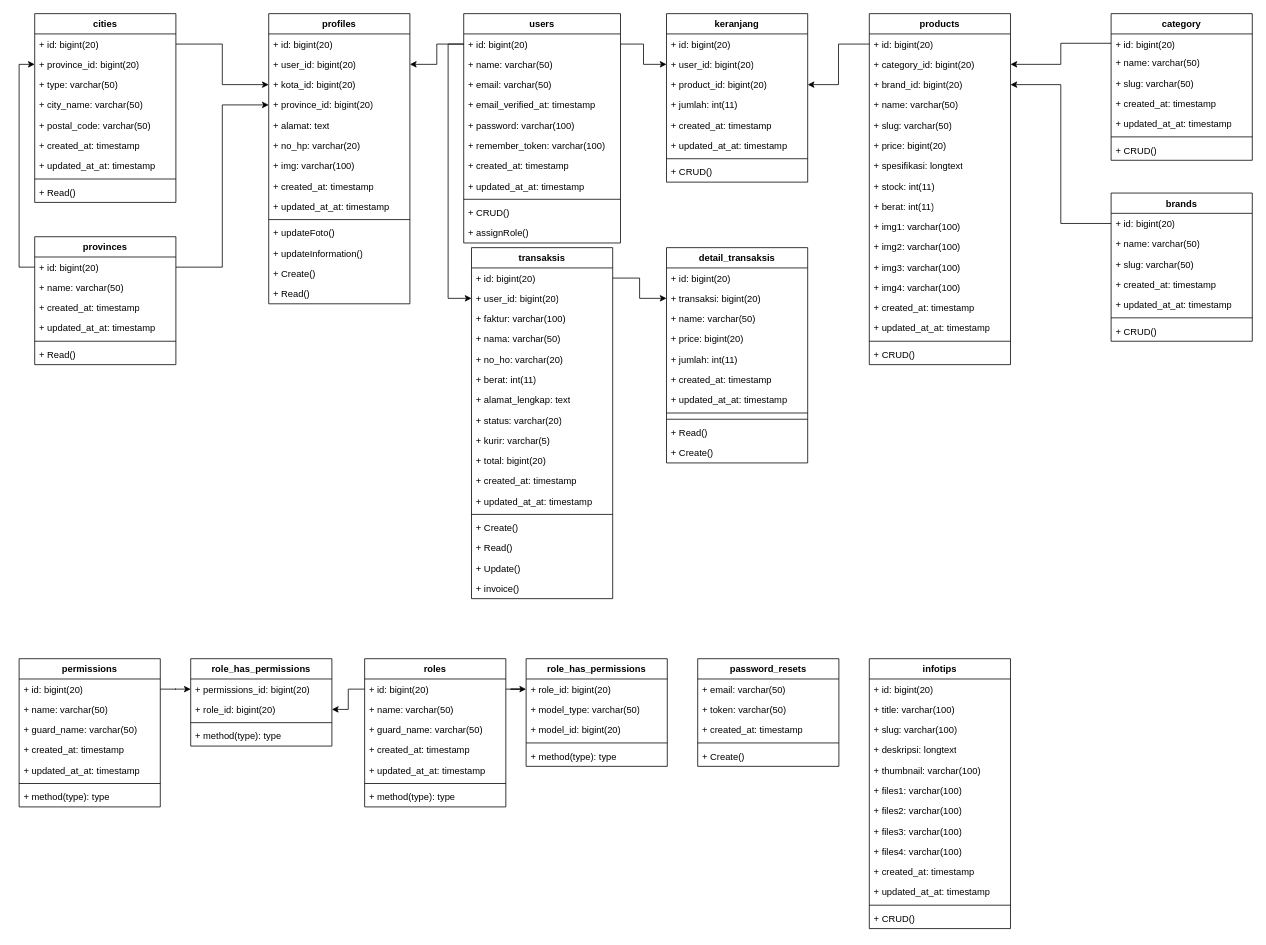
Before: page "Halaman-2" (2 of 2) of classdiagram.drawio in ThikerXCX/umltoko, a draw.io diagram. Source tidied: cells renumbered, new cells numbered last; positions are measured from the earlier drawing's top-left corner, leaving out a move shared by most shapes. Both pictures are drawn from the tidied source at 78%, with x=0, y=0 at pixel (19, 13).
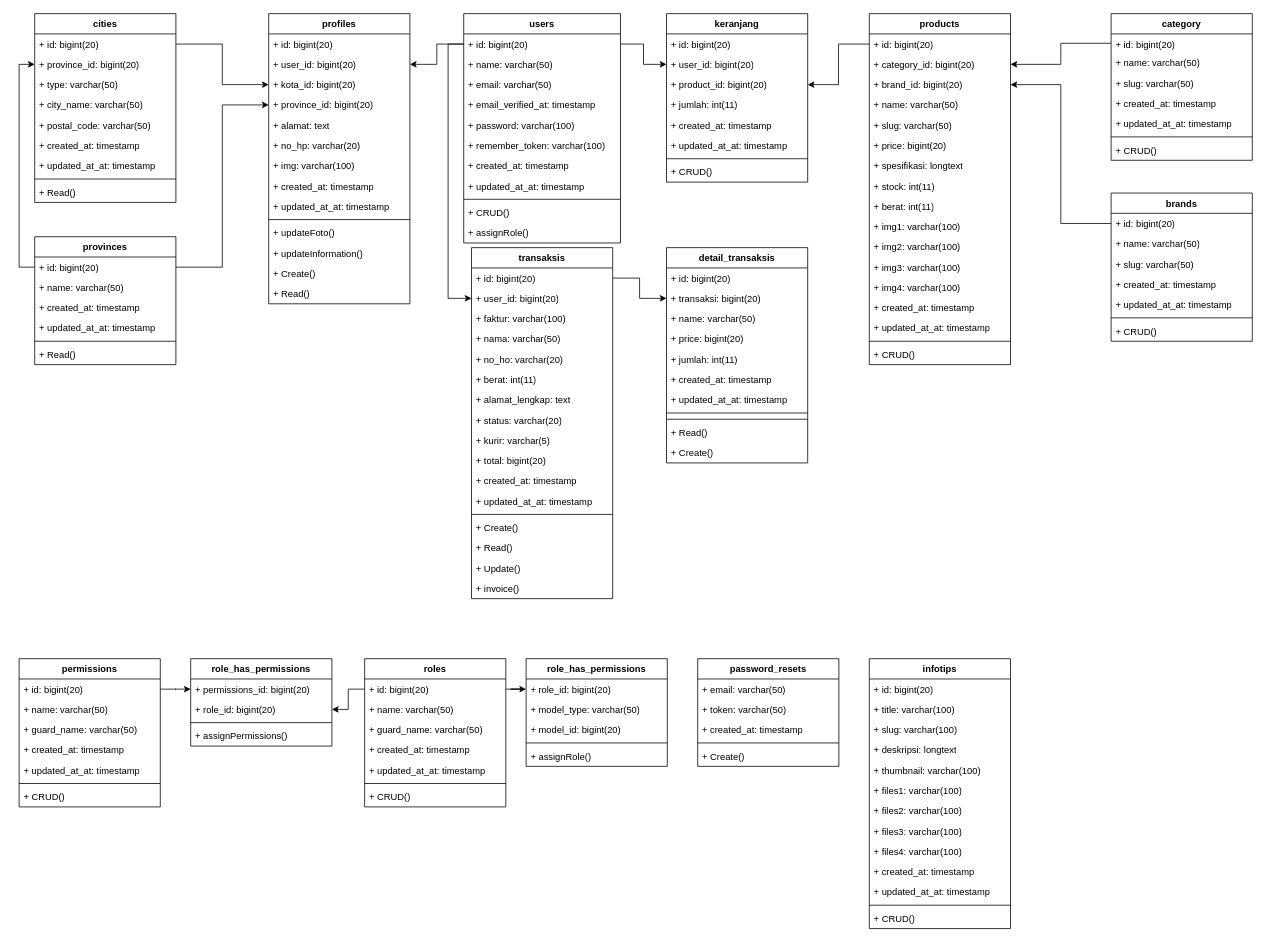
The same diagram, later.

Unchanged cells that the change refers to:
```xml
<mxCell id="133" value="permissions" style="swimlane;fontStyle=1;align=center;verticalAlign=top;horizontal=1;startSize=26;whiteSpace=wrap;html=1;" parent="1" vertex="1">
  <mxGeometry y="827" width="181" height="190" as="geometry" />
</mxCell>
<mxCell id="141" value="role_has_permissions" style="swimlane;fontStyle=1;align=center;verticalAlign=top;horizontal=1;startSize=26;whiteSpace=wrap;html=1;" parent="1" vertex="1">
  <mxGeometry x="220" y="827" width="181" height="112" as="geometry" />
</mxCell>
<mxCell id="146" value="roles" style="swimlane;fontStyle=1;align=center;verticalAlign=top;horizontal=1;startSize=26;whiteSpace=wrap;html=1;" parent="1" vertex="1">
  <mxGeometry x="443" y="827" width="181" height="190" as="geometry" />
</mxCell>
<mxCell id="154" value="role_has_permissions" style="swimlane;fontStyle=1;align=center;verticalAlign=top;horizontal=1;startSize=26;whiteSpace=wrap;html=1;" parent="1" vertex="1">
  <mxGeometry x="650" y="827" width="181" height="138" as="geometry" />
</mxCell>
```

Change to the diagram source:
```diff
@@
-    <mxCell id="140" value="+ method(type): type" style="text;strokeColor=none;fillColor=none;align=left;verticalAlign=top;spacingLeft=4;spacingRight=4;overflow=hidden;whiteSpace=wrap;html=1;" parent="133" vertex="1">
+    <mxCell id="140" value="+ CRUD()" style="text;strokeColor=none;fillColor=none;align=left;verticalAlign=top;spacingLeft=4;spacingRight=4;overflow=hidden;whiteSpace=wrap;html=1;" parent="133" vertex="1">
       <mxGeometry y="164" width="181" height="26" as="geometry" />
     </mxCell>
@@
-    <mxCell id="145" value="+ method(type): type" style="text;strokeColor=none;fillColor=none;align=left;verticalAlign=top;spacingLeft=4;spacingRight=4;overflow=hidden;whiteSpace=wrap;html=1;" parent="141" vertex="1">
+    <mxCell id="145" value="+ assignPermissions()" style="text;strokeColor=none;fillColor=none;align=left;verticalAlign=top;spacingLeft=4;spacingRight=4;overflow=hidden;whiteSpace=wrap;html=1;" parent="141" vertex="1">
       <mxGeometry y="86" width="181" height="26" as="geometry" />
     </mxCell>
@@
-    <mxCell id="153" value="+ method(type): type" style="text;strokeColor=none;fillColor=none;align=left;verticalAlign=top;spacingLeft=4;spacingRight=4;overflow=hidden;whiteSpace=wrap;html=1;" parent="146" vertex="1">
+    <mxCell id="153" value="+ CRUD()" style="text;strokeColor=none;fillColor=none;align=left;verticalAlign=top;spacingLeft=4;spacingRight=4;overflow=hidden;whiteSpace=wrap;html=1;" parent="146" vertex="1">
       <mxGeometry y="164" width="181" height="26" as="geometry" />
     </mxCell>
@@
-    <mxCell id="159" value="+ method(type): type" style="text;strokeColor=none;fillColor=none;align=left;verticalAlign=top;spacingLeft=4;spacingRight=4;overflow=hidden;whiteSpace=wrap;html=1;" parent="154" vertex="1">
+    <mxCell id="159" value="+ assignRole()" style="text;strokeColor=none;fillColor=none;align=left;verticalAlign=top;spacingLeft=4;spacingRight=4;overflow=hidden;whiteSpace=wrap;html=1;" parent="154" vertex="1">
       <mxGeometry y="112" width="181" height="26" as="geometry" />
     </mxCell>
```
